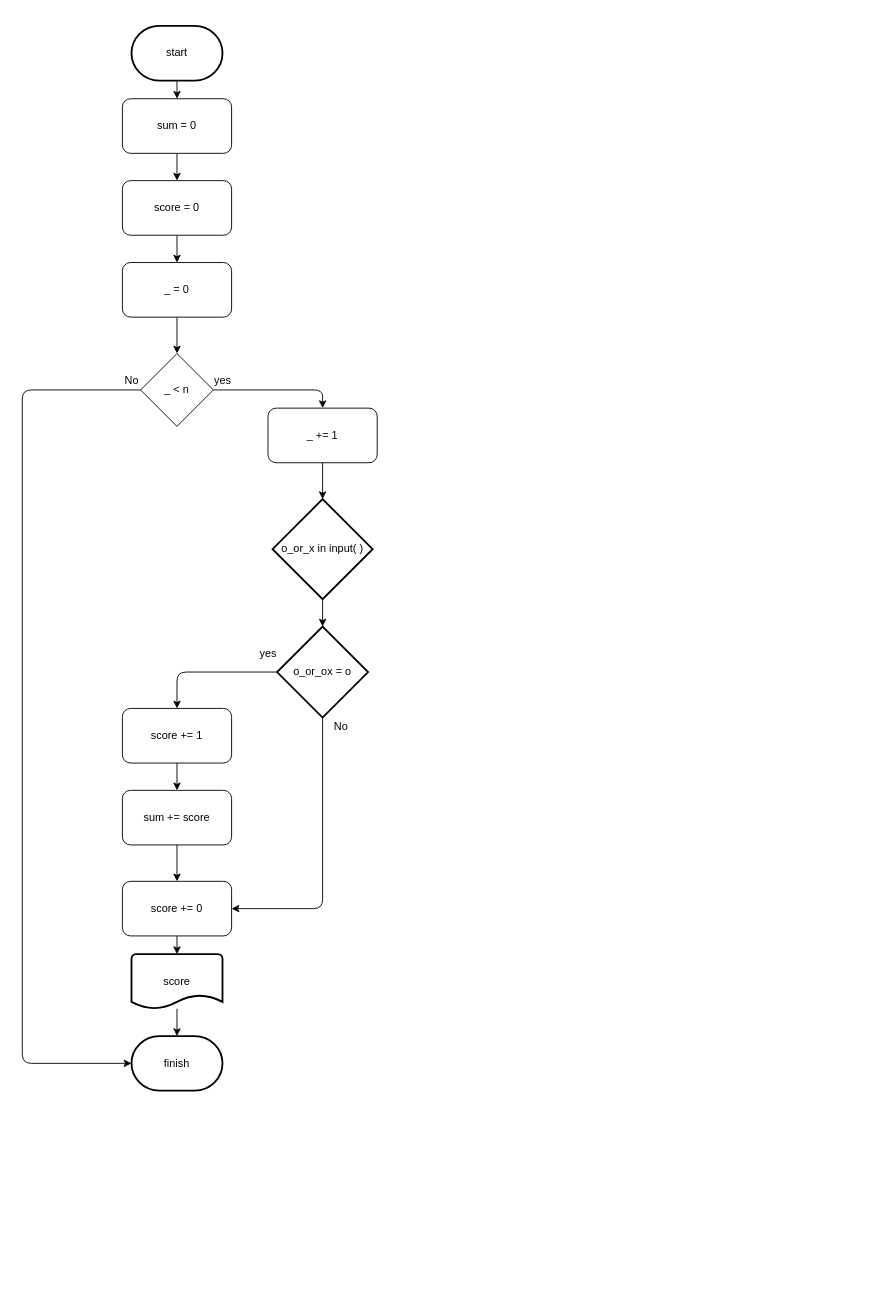
Above: stage/04_1D-list/8958.drawio in Gyeongrok-Oh/boj (draw.io), before the change. Source tidied: cells renumbered, new cells numbered last; positions are measured from the earlier drawing's top-left corner, leaving out a move shared by most shapes. Both pictures are drawn from the tidied source at 91%, with x=0, y=0 at pixel (22, 25).
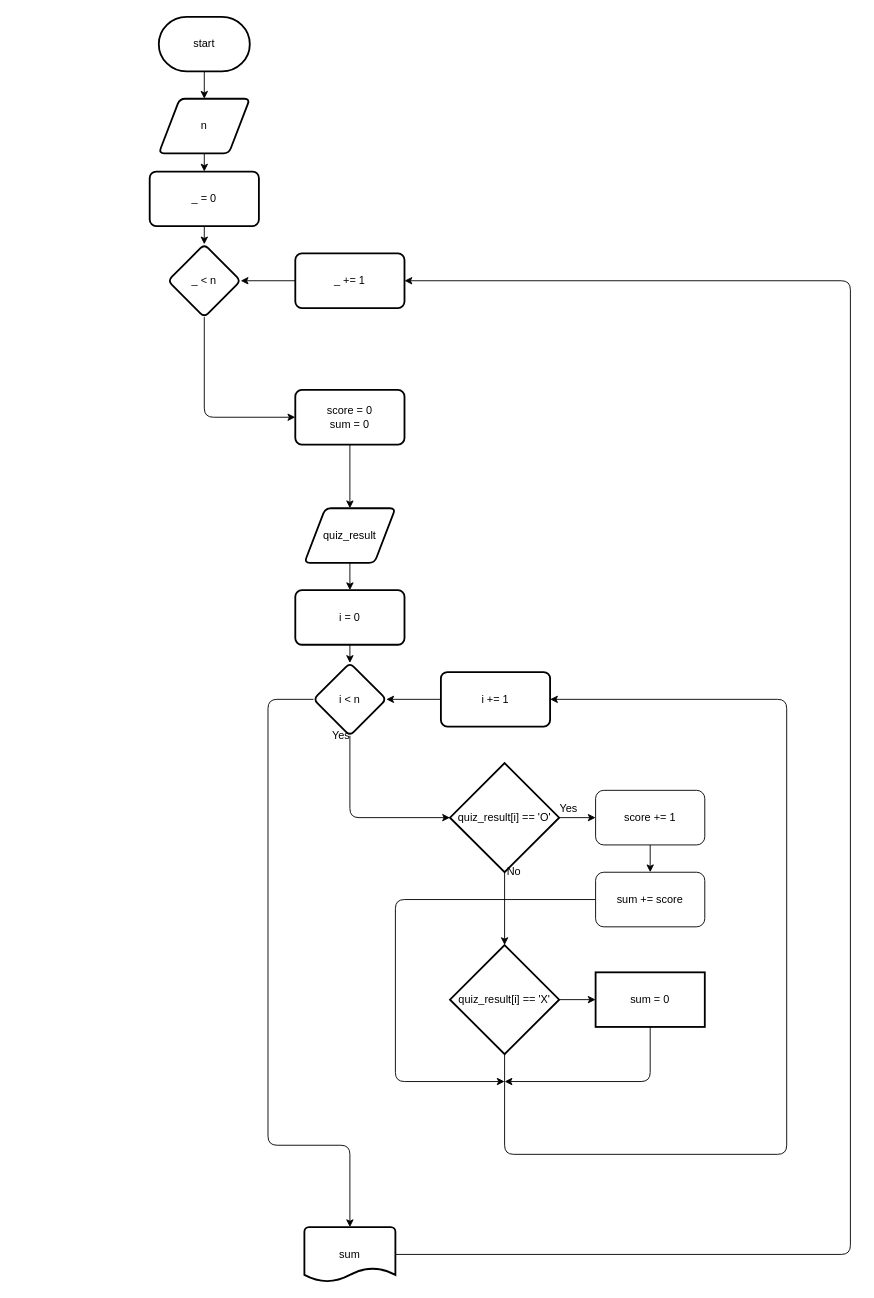
The same page after the edit.

What changed in the source:
```diff
@@
     <mxCell id="2" style="edgeStyle=none;html=1;" parent="1" edge="1" source="3">
       <mxGeometry relative="1" as="geometry">
-        <mxPoint x="170" y="80" as="targetPoint" />
+        <mxPoint x="200" y="80" as="targetPoint" />
       </mxGeometry>
     </mxCell>
     <mxCell id="3" value="start" style="strokeWidth=2;html=1;shape=mxgraph.flowchart.terminator;whiteSpace=wrap;" parent="1" vertex="1">
-      <mxGeometry x="120" width="100" height="60" as="geometry" />
+      <mxGeometry x="150" y="-10" width="100" height="60" as="geometry" />
     </mxCell>
+    <mxCell id="34" style="edgeStyle=none;html=1;" parent="1" edge="1" source="6" target="4">
+      <mxGeometry relative="1" as="geometry" />
+    </mxCell>
+    <mxCell id="6" value="n" style="shape=parallelogram;html=1;strokeWidth=2;perimeter=parallelogramPerimeter;whiteSpace=wrap;rounded=1;arcSize=12;size=0.23;" parent="1" vertex="1">
+      <mxGeometry x="150" y="80" width="100" height="60" as="geometry" />
+    </mxCell>
+    <mxCell id="8" style="edgeStyle=none;html=1;" parent="1" edge="1" source="4" target="5">
+      <mxGeometry relative="1" as="geometry" />
+    </mxCell>
-    <mxCell id="4" style="edgeStyle=none;html=1;" parent="1" edge="1" source="6">
-      <mxGeometry relative="1" as="geometry">
-        <mxPoint x="170" y="140" as="targetPoint" />
-      </mxGeometry>
+    <mxCell id="4" value="_ = 0" style="whiteSpace=wrap;html=1;strokeWidth=2;rounded=1;arcSize=12;" parent="1" vertex="1">
+      <mxGeometry x="140" y="160" width="120" height="60" as="geometry" />
     </mxCell>
+    <mxCell id="24" style="edgeStyle=none;html=1;" parent="1" edge="1" source="5">
+      <mxGeometry relative="1" as="geometry">
+        <mxPoint x="300" y="430" as="targetPoint" />
+        <Array as="points">
+          <mxPoint x="200" y="430" />
+        </Array>
+      </mxGeometry>
+    </mxCell>
-    <mxCell id="5" style="edgeStyle=none;html=1;" parent="1" edge="1" source="6">
-      <mxGeometry relative="1" as="geometry">
-        <mxPoint x="170" y="170" as="targetPoint" />
-      </mxGeometry>
+    <mxCell id="5" value="_ &amp;lt; n" style="rhombus;whiteSpace=wrap;html=1;strokeWidth=2;rounded=1;arcSize=12;" parent="1" vertex="1">
+      <mxGeometry x="160" y="240" width="80" height="80" as="geometry" />
     </mxCell>
-    <mxCell id="6" value="sum = 0" style="rounded=1;whiteSpace=wrap;html=1;" parent="1" vertex="1">
-      <mxGeometry x="110" y="80" width="120" height="60" as="geometry" />
-    </mxCell>
-    <mxCell id="7" style="edgeStyle=none;html=1;" parent="1" edge="1" source="8">
-      <mxGeometry relative="1" as="geometry">
-        <mxPoint x="170" y="260" as="targetPoint" />
-      </mxGeometry>
-    </mxCell>
-    <mxCell id="8" value="score = 0" style="rounded=1;whiteSpace=wrap;html=1;" parent="1" vertex="1">
-      <mxGeometry x="110" y="170" width="120" height="60" as="geometry" />
-    </mxCell>
-    <mxCell id="9" style="edgeStyle=none;html=1;" parent="1" edge="1" source="10">
-      <mxGeometry relative="1" as="geometry">
-        <mxPoint x="170" y="360" as="targetPoint" />
-      </mxGeometry>
-    </mxCell>
-    <mxCell id="10" value="_ = 0" style="rounded=1;whiteSpace=wrap;html=1;" parent="1" vertex="1">
-      <mxGeometry x="110" y="260" width="120" height="60" as="geometry" />
-    </mxCell>
-    <mxCell id="11" style="edgeStyle=none;html=1;entryX=0;entryY=0.5;entryDx=0;entryDy=0;entryPerimeter=0;" parent="1" edge="1" source="13" target="33">
-      <mxGeometry relative="1" as="geometry">
-        <Array as="points">
-          <mxPoint y="400" />
-          <mxPoint y="1140" />
-        </Array>
-      </mxGeometry>
-    </mxCell>
-    <mxCell id="12" style="edgeStyle=none;html=1;" parent="1" edge="1" source="13">
-      <mxGeometry relative="1" as="geometry">
-        <mxPoint x="330" y="420" as="targetPoint" />
-        <Array as="points">
-          <mxPoint x="330" y="400" />
-        </Array>
-      </mxGeometry>
-    </mxCell>
-    <mxCell id="13" value="_ &amp;lt; n" style="rhombus;whiteSpace=wrap;html=1;" parent="1" vertex="1">
-      <mxGeometry x="130" y="360" width="80" height="80" as="geometry" />
-    </mxCell>
+    <mxCell id="26" style="edgeStyle=none;html=1;entryX=0.5;entryY=0;entryDx=0;entryDy=0;" parent="1" edge="1" source="22" target="23">
+      <mxGeometry relative="1" as="geometry" />
+    </mxCell>
+    <mxCell id="22" value="score = 0&lt;br&gt;sum = 0" style="whiteSpace=wrap;html=1;strokeWidth=2;rounded=1;arcSize=12;" parent="1" vertex="1">
+      <mxGeometry x="300" y="400" width="120" height="60" as="geometry" />
+    </mxCell>
+    <mxCell id="31" style="edgeStyle=none;html=1;entryX=0.5;entryY=0;entryDx=0;entryDy=0;" parent="1" edge="1" source="23" target="21">
+      <mxGeometry relative="1" as="geometry" />
+    </mxCell>
+    <mxCell id="23" value="quiz_result" style="shape=parallelogram;html=1;strokeWidth=2;perimeter=parallelogramPerimeter;whiteSpace=wrap;rounded=1;arcSize=12;size=0.23;" parent="1" vertex="1">
+      <mxGeometry x="310" y="530" width="100" height="60" as="geometry" />
+    </mxCell>
+    <mxCell id="25" style="edgeStyle=none;html=1;entryX=1;entryY=0.5;entryDx=0;entryDy=0;" parent="1" edge="1" source="17" target="5">
+      <mxGeometry relative="1" as="geometry" />
+    </mxCell>
+    <mxCell id="17" value="_ += 1" style="whiteSpace=wrap;html=1;strokeWidth=2;rounded=1;arcSize=12;" parent="1" vertex="1">
+      <mxGeometry x="300" y="250" width="120" height="60" as="geometry" />
+    </mxCell>
+    <mxCell id="29" style="edgeStyle=none;html=1;" parent="1" edge="1" source="21" target="30">
+      <mxGeometry relative="1" as="geometry" />
+    </mxCell>
+    <mxCell id="21" value="i = 0" style="whiteSpace=wrap;html=1;strokeWidth=2;rounded=1;arcSize=12;" parent="1" vertex="1">
+      <mxGeometry x="300" y="620" width="120" height="60" as="geometry" />
+    </mxCell>
+    <mxCell id="35" style="edgeStyle=none;html=1;entryX=0;entryY=0.5;entryDx=0;entryDy=0;entryPerimeter=0;" parent="1" edge="1" source="30" target="39">
+      <mxGeometry relative="1" as="geometry">
+        <Array as="points">
+          <mxPoint x="360" y="870" />
+        </Array>
+      </mxGeometry>
+    </mxCell>
+    <mxCell id="36" style="edgeStyle=none;html=1;" parent="1" edge="1" source="30">
+      <mxGeometry relative="1" as="geometry">
+        <mxPoint x="360" y="1320" as="targetPoint" />
+        <Array as="points">
+          <mxPoint x="270" y="740" />
+          <mxPoint x="270" y="1230" />
+          <mxPoint x="360" y="1230" />
+        </Array>
+      </mxGeometry>
+    </mxCell>
+    <mxCell id="30" value="i &amp;lt; n" style="rhombus;whiteSpace=wrap;html=1;strokeWidth=2;rounded=1;arcSize=12;" parent="1" vertex="1">
+      <mxGeometry x="320" y="700" width="80" height="80" as="geometry" />
+    </mxCell>
+    <mxCell id="28" style="edgeStyle=none;html=1;entryX=1;entryY=0.5;entryDx=0;entryDy=0;" parent="1" edge="1" source="32" target="30">
+      <mxGeometry relative="1" as="geometry" />
+    </mxCell>
+    <mxCell id="32" value="i += 1" style="whiteSpace=wrap;html=1;strokeWidth=2;rounded=1;arcSize=12;" parent="1" vertex="1">
+      <mxGeometry x="460" y="710" width="120" height="60" as="geometry" />
+    </mxCell>
+    <mxCell id="37" style="edgeStyle=none;html=1;" parent="1" edge="1" source="39">
+      <mxGeometry relative="1" as="geometry">
+        <mxPoint x="630" y="870" as="targetPoint" />
+      </mxGeometry>
+    </mxCell>
+    <mxCell id="38" style="edgeStyle=none;html=1;" parent="1" edge="1" source="39" target="45">
+      <mxGeometry relative="1" as="geometry" />
+    </mxCell>
+    <mxCell id="39" value="quiz_result[i] == 'O'&lt;br&gt;" style="strokeWidth=2;html=1;shape=mxgraph.flowchart.decision;whiteSpace=wrap;" parent="1" vertex="1">
+      <mxGeometry x="470" y="810" width="120" height="120" as="geometry" />
+    </mxCell>
+    <mxCell id="40" style="edgeStyle=none;html=1;" parent="1" edge="1" source="41">
+      <mxGeometry relative="1" as="geometry">
+        <mxPoint x="690" y="930" as="targetPoint" />
+      </mxGeometry>
+    </mxCell>
+    <mxCell id="41" value="score += 1&lt;br&gt;" style="rounded=1;whiteSpace=wrap;html=1;" parent="1" vertex="1">
+      <mxGeometry x="630" y="840" width="120" height="60" as="geometry" />
+    </mxCell>
+    <mxCell id="42" style="edgeStyle=none;html=1;" parent="1" edge="1" source="27">
+      <mxGeometry relative="1" as="geometry">
+        <mxPoint x="530" y="1160" as="targetPoint" />
+        <Array as="points">
+          <mxPoint x="410" y="960" />
+          <mxPoint x="410" y="1160" />
+        </Array>
+      </mxGeometry>
+    </mxCell>
+    <mxCell id="27" value="&lt;span&gt;sum += score&lt;/span&gt;" style="rounded=1;whiteSpace=wrap;html=1;" parent="1" vertex="1">
+      <mxGeometry x="630" y="930" width="120" height="60" as="geometry" />
+    </mxCell>
+    <mxCell id="43" style="edgeStyle=none;html=1;" parent="1" edge="1" source="45" target="48">
+      <mxGeometry relative="1" as="geometry" />
+    </mxCell>
+    <mxCell id="44" style="edgeStyle=none;html=1;entryX=1;entryY=0.5;entryDx=0;entryDy=0;" parent="1" edge="1" source="45" target="32">
+      <mxGeometry relative="1" as="geometry">
+        <Array as="points">
+          <mxPoint x="530" y="1240" />
+          <mxPoint x="840" y="1240" />
+          <mxPoint x="840" y="740" />
+        </Array>
+      </mxGeometry>
+    </mxCell>
+    <mxCell id="45" value="quiz_result[i] == 'X'" style="strokeWidth=2;html=1;shape=mxgraph.flowchart.decision;whiteSpace=wrap;" parent="1" vertex="1">
+      <mxGeometry x="470" y="1010" width="120" height="120" as="geometry" />
+    </mxCell>
+    <mxCell id="46" value="Yes" style="text;html=1;align=center;verticalAlign=middle;strokeColor=none;fillColor=none;" parent="1" vertex="1">
+      <mxGeometry x="585" y="850" width="30" height="20" as="geometry" />
+    </mxCell>
     <mxCell id="14" value="No" style="text;html=1;align=center;verticalAlign=middle;strokeColor=none;fillColor=none;" parent="1" vertex="1">
-      <mxGeometry x="105" y="380" width="30" height="20" as="geometry" />
+      <mxGeometry x="525" y="920" width="30" height="20" as="geometry" />
     </mxCell>
-    <mxCell id="15" value="yes" style="text;html=1;align=center;verticalAlign=middle;strokeColor=none;fillColor=none;" parent="1" vertex="1">
-      <mxGeometry x="205" y="380" width="30" height="20" as="geometry" />
-    </mxCell>
-    <mxCell id="16" style="edgeStyle=none;html=1;" parent="1" edge="1" source="17">
-      <mxGeometry relative="1" as="geometry">
-        <mxPoint x="330" y="520" as="targetPoint" />
-      </mxGeometry>
-    </mxCell>
-    <mxCell id="17" value="_ += 1" style="rounded=1;whiteSpace=wrap;html=1;" parent="1" vertex="1">
-      <mxGeometry x="270" y="420" width="120" height="60" as="geometry" />
-    </mxCell>
-    <mxCell id="18" style="edgeStyle=none;html=1;" parent="1" edge="1" source="19">
-      <mxGeometry relative="1" as="geometry">
-        <mxPoint x="330" y="660" as="targetPoint" />
-      </mxGeometry>
-    </mxCell>
-    <mxCell id="19" value="o_or_x in input( )" style="strokeWidth=2;html=1;shape=mxgraph.flowchart.decision;whiteSpace=wrap;" parent="1" vertex="1">
-      <mxGeometry x="275" y="520" width="110" height="110" as="geometry" />
-    </mxCell>
-    <mxCell id="20" style="edgeStyle=none;html=1;" parent="1" edge="1" source="22">
-      <mxGeometry relative="1" as="geometry">
-        <mxPoint x="170" y="750" as="targetPoint" />
-        <Array as="points">
-          <mxPoint x="170" y="710" />
-        </Array>
-      </mxGeometry>
-    </mxCell>
-    <mxCell id="21" style="edgeStyle=none;html=1;entryX=1;entryY=0.5;entryDx=0;entryDy=0;" parent="1" edge="1" source="22" target="29">
-      <mxGeometry relative="1" as="geometry">
-        <Array as="points">
-          <mxPoint x="330" y="970" />
-        </Array>
-      </mxGeometry>
-    </mxCell>
-    <mxCell id="22" value="o_or_ox = o" style="strokeWidth=2;html=1;shape=mxgraph.flowchart.decision;whiteSpace=wrap;" parent="1" vertex="1">
-      <mxGeometry x="280" y="660" width="100" height="100" as="geometry" />
-    </mxCell>
-    <mxCell id="23" value="yes" style="text;html=1;align=center;verticalAlign=middle;points=[];strokeColor=none;fillColor=none;" parent="1" vertex="1">
-      <mxGeometry x="255" y="680" width="30" height="20" as="geometry" />
-    </mxCell>
-    <mxCell id="24" style="edgeStyle=none;html=1;" parent="1" edge="1" source="25">
-      <mxGeometry relative="1" as="geometry">
-        <mxPoint x="170" y="840" as="targetPoint" />
-      </mxGeometry>
-    </mxCell>
-    <mxCell id="25" value="score += 1" style="rounded=1;whiteSpace=wrap;html=1;" parent="1" vertex="1">
-      <mxGeometry x="110" y="750" width="120" height="60" as="geometry" />
-    </mxCell>
-    <mxCell id="26" style="edgeStyle=none;html=1;" parent="1" edge="1" source="27">
-      <mxGeometry relative="1" as="geometry">
-        <mxPoint x="170" y="940" as="targetPoint" />
-      </mxGeometry>
-    </mxCell>
-    <mxCell id="27" value="sum += score" style="rounded=1;whiteSpace=wrap;html=1;" parent="1" vertex="1">
-      <mxGeometry x="110" y="840" width="120" height="60" as="geometry" />
-    </mxCell>
-    <mxCell id="28" style="edgeStyle=none;html=1;" parent="1" edge="1" source="29">
-      <mxGeometry relative="1" as="geometry">
-        <mxPoint x="170" y="1020" as="targetPoint" />
-      </mxGeometry>
-    </mxCell>
-    <mxCell id="29" value="score += 0" style="rounded=1;whiteSpace=wrap;html=1;" parent="1" vertex="1">
-      <mxGeometry x="110" y="940" width="120" height="60" as="geometry" />
-    </mxCell>
-    <mxCell id="30" value="No" style="text;html=1;align=center;verticalAlign=middle;points=[];strokeColor=none;fillColor=none;" parent="1" vertex="1">
-      <mxGeometry x="335" y="760" width="30" height="20" as="geometry" />
-    </mxCell>
-    <mxCell id="31" style="edgeStyle=none;html=1;" parent="1" edge="1" source="32">
-      <mxGeometry relative="1" as="geometry">
-        <mxPoint x="170" y="1110" as="targetPoint" />
-      </mxGeometry>
-    </mxCell>
-    <mxCell id="32" value="score" style="strokeWidth=2;html=1;shape=mxgraph.flowchart.document2;whiteSpace=wrap;size=0.25;" parent="1" vertex="1">
-      <mxGeometry x="120" y="1020" width="100" height="60" as="geometry" />
-    </mxCell>
-    <mxCell id="33" value="finish" style="strokeWidth=2;html=1;shape=mxgraph.flowchart.terminator;whiteSpace=wrap;" parent="1" vertex="1">
-      <mxGeometry x="120" y="1110" width="100" height="60" as="geometry" />
-    </mxCell>
+    <mxCell id="47" style="edgeStyle=none;html=1;" parent="1" edge="1" source="48">
+      <mxGeometry relative="1" as="geometry">
+        <mxPoint x="530" y="1160" as="targetPoint" />
+        <Array as="points">
+          <mxPoint x="690" y="1160" />
+        </Array>
+      </mxGeometry>
+    </mxCell>
+    <mxCell id="48" value="sum = 0" style="whiteSpace=wrap;html=1;strokeWidth=2;" parent="1" vertex="1">
+      <mxGeometry x="630" y="1040" width="120" height="60" as="geometry" />
+    </mxCell>
+    <mxCell id="49" value="Yes" style="text;html=1;align=center;verticalAlign=middle;strokeColor=none;fillColor=none;" parent="1" vertex="1">
+      <mxGeometry x="335" y="770" width="30" height="20" as="geometry" />
+    </mxCell>
+    <mxCell id="50" style="edgeStyle=none;html=1;entryX=1;entryY=0.5;entryDx=0;entryDy=0;" parent="1" edge="1" source="51" target="17">
+      <mxGeometry relative="1" as="geometry">
+        <Array as="points">
+          <mxPoint x="910" y="1350" />
+          <mxPoint x="910" y="280" />
+        </Array>
+      </mxGeometry>
+    </mxCell>
+    <mxCell id="51" value="sum" style="strokeWidth=2;html=1;shape=mxgraph.flowchart.document2;whiteSpace=wrap;size=0.25;" parent="1" vertex="1">
+      <mxGeometry x="310" y="1320" width="100" height="60" as="geometry" />
+    </mxCell>
```
